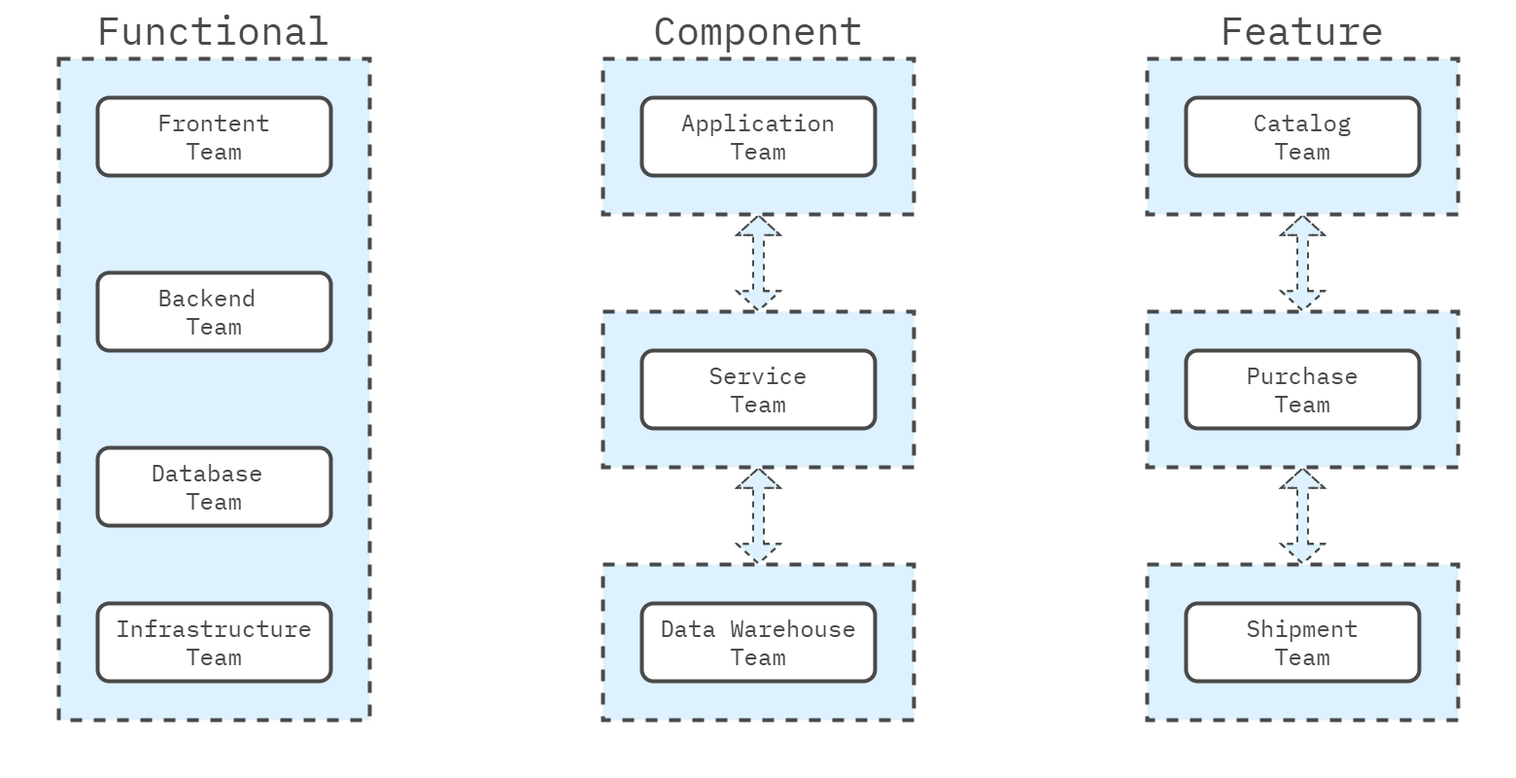
The draw.io diagram images/organization/engineering.intro.drawio.png in software-architecture-guild/software-architecture-guild.github.io, before a commit. Source tidied: cells renumbered, new cells last; positions are measured from the earlier drawing's top-left corner, leaving out a move shared by most shapes. Its diagram source:
```xml
<mxGraphModel>
  <root>
    <mxCell id="0" />
    <mxCell id="1" parent="0" />
    <mxCell id="2" style="rounded=0;whiteSpace=wrap;html=1;strokeColor=none;strokeWidth=4;align=center;verticalAlign=middle;fontFamily=IBM Plex Mono;fontSource=https%3A%2F%2Ffonts.googleapis.com%2Fcss%3Ffamily%3DIBM%2BPlex%2BMono;fontSize=64;fontColor=#494949;fillColor=none;" parent="1" vertex="1">
      <mxGeometry width="1560" height="800" as="geometry" />
    </mxCell>
    <mxCell id="3" style="rounded=0;whiteSpace=wrap;html=1;fillColor=#DDF1FE;strokeColor=#494949;strokeWidth=4;perimeterSpacing=1;dashed=1;fontColor=#494949;" parent="1" vertex="1">
      <mxGeometry x="60" y="60" width="320" height="680" as="geometry" />
    </mxCell>
    <mxCell id="4" value="Frontent &lt;br&gt;Team" style="rounded=1;whiteSpace=wrap;html=1;strokeColor=#494949;strokeWidth=4;align=center;verticalAlign=middle;fontFamily=IBM Plex Mono;fontSize=24;fontColor=#494949;fillColor=#FFFFFF;fontSource=https%3A%2F%2Ffonts.googleapis.com%2Fcss%3Ffamily%3DIBM%2BPlex%2BMono;" parent="1" vertex="1">
      <mxGeometry x="100" y="100" width="240" height="80" as="geometry" />
    </mxCell>
    <mxCell id="5" value="Functional" style="text;html=1;align=center;verticalAlign=middle;whiteSpace=wrap;rounded=0;fontFamily=IBM Plex Mono;fontSize=40;fontColor=#494949;fontSource=https%3A%2F%2Ffonts.googleapis.com%2Fcss%3Ffamily%3DIBM%2BPlex%2BMono;" parent="1" vertex="1">
      <mxGeometry x="60" width="320" height="60" as="geometry" />
    </mxCell>
    <mxCell id="6" style="rounded=0;whiteSpace=wrap;html=1;fillColor=#DDF1FE;strokeColor=#494949;strokeWidth=4;perimeterSpacing=1;dashed=1;fontColor=#494949;" parent="1" vertex="1">
      <mxGeometry x="620" y="60" width="320" height="160" as="geometry" />
    </mxCell>
    <mxCell id="7" value="Component" style="text;html=1;align=center;verticalAlign=middle;whiteSpace=wrap;rounded=0;fontFamily=IBM Plex Mono;fontSize=40;fontColor=#494949;fontSource=https%3A%2F%2Ffonts.googleapis.com%2Fcss%3Ffamily%3DIBM%2BPlex%2BMono;" parent="1" vertex="1">
      <mxGeometry x="620" width="320" height="60" as="geometry" />
    </mxCell>
    <mxCell id="8" value="Backend&amp;nbsp;&lt;div&gt;Team&lt;/div&gt;" style="rounded=1;whiteSpace=wrap;html=1;strokeColor=#494949;strokeWidth=4;align=center;verticalAlign=middle;fontFamily=IBM Plex Mono;fontSize=24;fontColor=#494949;fillColor=#FFFFFF;fontSource=https%3A%2F%2Ffonts.googleapis.com%2Fcss%3Ffamily%3DIBM%2BPlex%2BMono;" parent="1" vertex="1">
      <mxGeometry x="100" y="280" width="240" height="80" as="geometry" />
    </mxCell>
    <mxCell id="9" value="Database&amp;nbsp;&lt;div&gt;Team&lt;/div&gt;" style="rounded=1;whiteSpace=wrap;html=1;strokeColor=#494949;strokeWidth=4;align=center;verticalAlign=middle;fontFamily=IBM Plex Mono;fontSize=24;fontColor=#494949;fillColor=#FFFFFF;fontSource=https%3A%2F%2Ffonts.googleapis.com%2Fcss%3Ffamily%3DIBM%2BPlex%2BMono;" parent="1" vertex="1">
      <mxGeometry x="100" y="460" width="240" height="80" as="geometry" />
    </mxCell>
    <mxCell id="10" value="Infrastructure&lt;br&gt;Team" style="rounded=1;whiteSpace=wrap;html=1;strokeColor=#494949;strokeWidth=4;align=center;verticalAlign=middle;fontFamily=IBM Plex Mono;fontSize=24;fontColor=#494949;fillColor=#FFFFFF;fontSource=https%3A%2F%2Ffonts.googleapis.com%2Fcss%3Ffamily%3DIBM%2BPlex%2BMono;" parent="1" vertex="1">
      <mxGeometry x="100" y="620" width="240" height="80" as="geometry" />
    </mxCell>
    <mxCell id="11" style="rounded=0;whiteSpace=wrap;html=1;fillColor=#DDF1FE;strokeColor=#494949;strokeWidth=4;perimeterSpacing=1;dashed=1;fontColor=#494949;" parent="1" vertex="1">
      <mxGeometry x="620" y="320" width="320" height="160" as="geometry" />
    </mxCell>
    <mxCell id="12" style="rounded=0;whiteSpace=wrap;html=1;fillColor=#DDF1FE;strokeColor=#494949;strokeWidth=4;perimeterSpacing=1;dashed=1;fontColor=#494949;" parent="1" vertex="1">
      <mxGeometry x="620" y="580" width="320" height="160" as="geometry" />
    </mxCell>
    <mxCell id="13" value="Application&lt;br&gt;Team" style="rounded=1;whiteSpace=wrap;html=1;strokeColor=#494949;strokeWidth=4;align=center;verticalAlign=middle;fontFamily=IBM Plex Mono;fontSize=24;fontColor=#494949;fillColor=#FFFFFF;fontSource=https%3A%2F%2Ffonts.googleapis.com%2Fcss%3Ffamily%3DIBM%2BPlex%2BMono;" parent="1" vertex="1">
      <mxGeometry x="660" y="100" width="240" height="80" as="geometry" />
    </mxCell>
    <mxCell id="14" value="Service&lt;br&gt;Team" style="rounded=1;whiteSpace=wrap;html=1;strokeColor=#494949;strokeWidth=4;align=center;verticalAlign=middle;fontFamily=IBM Plex Mono;fontSize=24;fontColor=#494949;fillColor=#FFFFFF;fontSource=https%3A%2F%2Ffonts.googleapis.com%2Fcss%3Ffamily%3DIBM%2BPlex%2BMono;" parent="1" vertex="1">
      <mxGeometry x="660" y="360" width="240" height="80" as="geometry" />
    </mxCell>
    <mxCell id="15" value="Data Warehouse&lt;br&gt;Team" style="rounded=1;whiteSpace=wrap;html=1;strokeColor=#494949;strokeWidth=4;align=center;verticalAlign=middle;fontFamily=IBM Plex Mono;fontSize=24;fontColor=#494949;fillColor=#FFFFFF;fontSource=https%3A%2F%2Ffonts.googleapis.com%2Fcss%3Ffamily%3DIBM%2BPlex%2BMono;" parent="1" vertex="1">
      <mxGeometry x="660" y="620" width="240" height="80" as="geometry" />
    </mxCell>
    <mxCell id="16" style="shape=flexArrow;endArrow=classic;startArrow=classic;html=1;rounded=0;fontFamily=Helvetica;fontSize=12;fontColor=#494949;startWidth=31.929824561403507;startSize=6.098245614035087;endWidth=31.929824561403507;endSize=6.098245614035087;strokeWidth=2;dashed=1;fillColor=#DDF1FE;strokeColor=#494949;" parent="1" edge="1">
      <mxGeometry relative="1" as="geometry">
        <mxPoint x="780" y="320" as="sourcePoint" />
        <mxPoint x="780" y="220" as="targetPoint" />
        <Array as="points">
          <mxPoint x="780" y="280" />
        </Array>
      </mxGeometry>
    </mxCell>
    <mxCell id="17" style="shape=flexArrow;endArrow=classic;startArrow=classic;html=1;rounded=0;fontFamily=Helvetica;fontSize=12;fontColor=#494949;startWidth=31.929824561403507;startSize=6.098245614035087;endWidth=31.929824561403507;endSize=6.098245614035087;strokeWidth=2;dashed=1;fillColor=#DDF1FE;strokeColor=#494949;" parent="1" edge="1">
      <mxGeometry relative="1" as="geometry">
        <mxPoint x="780" y="580" as="sourcePoint" />
        <mxPoint x="780" y="480" as="targetPoint" />
        <Array as="points">
          <mxPoint x="780" y="540" />
        </Array>
      </mxGeometry>
    </mxCell>
    <mxCell id="18" value="Feature" style="text;html=1;align=center;verticalAlign=middle;whiteSpace=wrap;rounded=0;fontFamily=IBM Plex Mono;fontSize=40;fontColor=#494949;fontSource=https%3A%2F%2Ffonts.googleapis.com%2Fcss%3Ffamily%3DIBM%2BPlex%2BMono;" parent="1" vertex="1">
      <mxGeometry x="1180" width="320" height="60" as="geometry" />
    </mxCell>
    <mxCell id="19" style="rounded=0;whiteSpace=wrap;html=1;fillColor=#DDF1FE;strokeColor=#494949;strokeWidth=4;perimeterSpacing=1;dashed=1;fontColor=#494949;" parent="1" vertex="1">
      <mxGeometry x="1180" y="60" width="320" height="160" as="geometry" />
    </mxCell>
    <mxCell id="20" style="rounded=0;whiteSpace=wrap;html=1;fillColor=#DDF1FE;strokeColor=#494949;strokeWidth=4;perimeterSpacing=1;dashed=1;fontColor=#494949;" parent="1" vertex="1">
      <mxGeometry x="1180" y="320" width="320" height="160" as="geometry" />
    </mxCell>
    <mxCell id="21" style="rounded=0;whiteSpace=wrap;html=1;fillColor=#DDF1FE;strokeColor=#494949;strokeWidth=4;perimeterSpacing=1;dashed=1;fontColor=#494949;" parent="1" vertex="1">
      <mxGeometry x="1180" y="580" width="320" height="160" as="geometry" />
    </mxCell>
    <mxCell id="22" value="Catalog&lt;br&gt;Team" style="rounded=1;whiteSpace=wrap;html=1;strokeColor=#494949;strokeWidth=4;align=center;verticalAlign=middle;fontFamily=IBM Plex Mono;fontSize=24;fontColor=#494949;fillColor=#FFFFFF;fontSource=https%3A%2F%2Ffonts.googleapis.com%2Fcss%3Ffamily%3DIBM%2BPlex%2BMono;" parent="1" vertex="1">
      <mxGeometry x="1220" y="100" width="240" height="80" as="geometry" />
    </mxCell>
    <mxCell id="23" value="Purchase&lt;br&gt;Team" style="rounded=1;whiteSpace=wrap;html=1;strokeColor=#494949;strokeWidth=4;align=center;verticalAlign=middle;fontFamily=IBM Plex Mono;fontSize=24;fontColor=#494949;fillColor=#FFFFFF;fontSource=https%3A%2F%2Ffonts.googleapis.com%2Fcss%3Ffamily%3DIBM%2BPlex%2BMono;" parent="1" vertex="1">
      <mxGeometry x="1220" y="360" width="240" height="80" as="geometry" />
    </mxCell>
    <mxCell id="24" value="Shipment&lt;br&gt;Team" style="rounded=1;whiteSpace=wrap;html=1;strokeColor=#494949;strokeWidth=4;align=center;verticalAlign=middle;fontFamily=IBM Plex Mono;fontSize=24;fontColor=#494949;fillColor=#FFFFFF;fontSource=https%3A%2F%2Ffonts.googleapis.com%2Fcss%3Ffamily%3DIBM%2BPlex%2BMono;" parent="1" vertex="1">
      <mxGeometry x="1220" y="620" width="240" height="80" as="geometry" />
    </mxCell>
    <mxCell id="25" style="shape=flexArrow;endArrow=classic;startArrow=classic;html=1;rounded=0;fontFamily=Helvetica;fontSize=12;fontColor=#494949;startWidth=31.929824561403507;startSize=6.098245614035087;endWidth=31.929824561403507;endSize=6.098245614035087;strokeWidth=2;dashed=1;fillColor=#DDF1FE;strokeColor=#494949;" parent="1" edge="1">
      <mxGeometry relative="1" as="geometry">
        <mxPoint x="1340" y="320" as="sourcePoint" />
        <mxPoint x="1340" y="220" as="targetPoint" />
        <Array as="points">
          <mxPoint x="1340" y="280" />
        </Array>
      </mxGeometry>
    </mxCell>
    <mxCell id="26" style="shape=flexArrow;endArrow=classic;startArrow=classic;html=1;rounded=0;fontFamily=Helvetica;fontSize=12;fontColor=#494949;startWidth=31.929824561403507;startSize=6.098245614035087;endWidth=31.929824561403507;endSize=6.098245614035087;strokeWidth=2;dashed=1;fillColor=#DDF1FE;strokeColor=#494949;" parent="1" edge="1">
      <mxGeometry relative="1" as="geometry">
        <mxPoint x="1340" y="580" as="sourcePoint" />
        <mxPoint x="1340" y="480" as="targetPoint" />
        <Array as="points">
          <mxPoint x="1340" y="540" />
        </Array>
      </mxGeometry>
    </mxCell>
  </root>
</mxGraphModel>
```
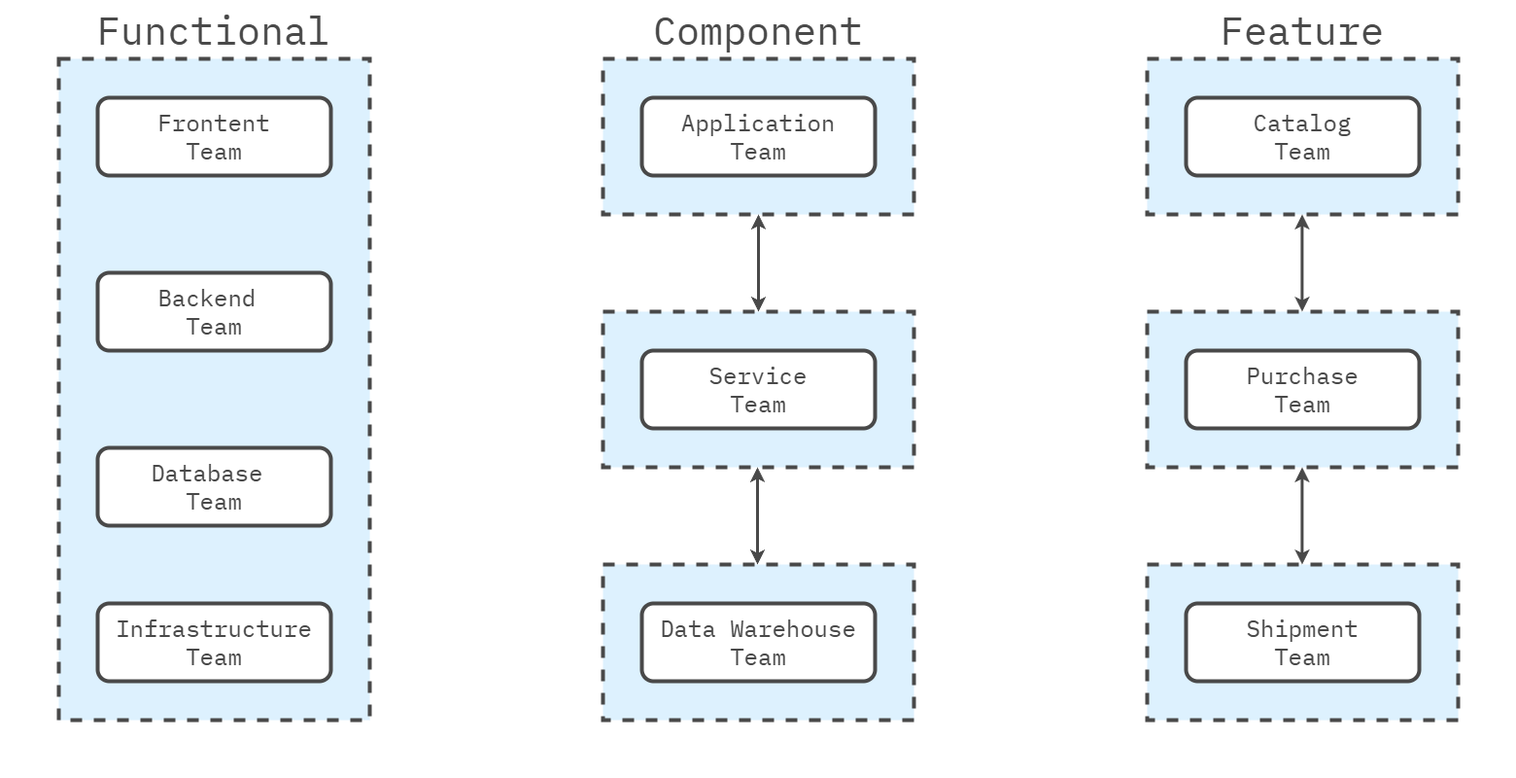
Later version of the same file.

Commit message:
engineering.intro - replaced arrows with simple solid lines

Change to the diagram source:
```diff
@@ -44,24 +44,6 @@
     <mxCell id="15" value="Data Warehouse&lt;br&gt;Team" style="rounded=1;whiteSpace=wrap;html=1;strokeColor=#494949;strokeWidth=4;align=center;verticalAlign=middle;fontFamily=IBM Plex Mono;fontSize=24;fontColor=#494949;fillColor=#FFFFFF;fontSource=https%3A%2F%2Ffonts.googleapis.com%2Fcss%3Ffamily%3DIBM%2BPlex%2BMono;" parent="1" vertex="1">
       <mxGeometry x="660" y="620" width="240" height="80" as="geometry" />
     </mxCell>
-    <mxCell id="16" style="shape=flexArrow;endArrow=classic;startArrow=classic;html=1;rounded=0;fontFamily=Helvetica;fontSize=12;fontColor=#494949;startWidth=31.929824561403507;startSize=6.098245614035087;endWidth=31.929824561403507;endSize=6.098245614035087;strokeWidth=2;dashed=1;fillColor=#DDF1FE;strokeColor=#494949;" parent="1" edge="1">
-      <mxGeometry relative="1" as="geometry">
-        <mxPoint x="780" y="320" as="sourcePoint" />
-        <mxPoint x="780" y="220" as="targetPoint" />
-        <Array as="points">
-          <mxPoint x="780" y="280" />
-        </Array>
-      </mxGeometry>
-    </mxCell>
-    <mxCell id="17" style="shape=flexArrow;endArrow=classic;startArrow=classic;html=1;rounded=0;fontFamily=Helvetica;fontSize=12;fontColor=#494949;startWidth=31.929824561403507;startSize=6.098245614035087;endWidth=31.929824561403507;endSize=6.098245614035087;strokeWidth=2;dashed=1;fillColor=#DDF1FE;strokeColor=#494949;" parent="1" edge="1">
-      <mxGeometry relative="1" as="geometry">
-        <mxPoint x="780" y="580" as="sourcePoint" />
-        <mxPoint x="780" y="480" as="targetPoint" />
-        <Array as="points">
-          <mxPoint x="780" y="540" />
-        </Array>
-      </mxGeometry>
-    </mxCell>
     <mxCell id="18" value="Feature" style="text;html=1;align=center;verticalAlign=middle;whiteSpace=wrap;rounded=0;fontFamily=IBM Plex Mono;fontSize=40;fontColor=#494949;fontSource=https%3A%2F%2Ffonts.googleapis.com%2Fcss%3Ffamily%3DIBM%2BPlex%2BMono;" parent="1" vertex="1">
       <mxGeometry x="1180" width="320" height="60" as="geometry" />
     </mxCell>
@@ -83,23 +65,29 @@
     <mxCell id="24" value="Shipment&lt;br&gt;Team" style="rounded=1;whiteSpace=wrap;html=1;strokeColor=#494949;strokeWidth=4;align=center;verticalAlign=middle;fontFamily=IBM Plex Mono;fontSize=24;fontColor=#494949;fillColor=#FFFFFF;fontSource=https%3A%2F%2Ffonts.googleapis.com%2Fcss%3Ffamily%3DIBM%2BPlex%2BMono;" parent="1" vertex="1">
       <mxGeometry x="1220" y="620" width="240" height="80" as="geometry" />
     </mxCell>
-    <mxCell id="25" style="shape=flexArrow;endArrow=classic;startArrow=classic;html=1;rounded=0;fontFamily=Helvetica;fontSize=12;fontColor=#494949;startWidth=31.929824561403507;startSize=6.098245614035087;endWidth=31.929824561403507;endSize=6.098245614035087;strokeWidth=2;dashed=1;fillColor=#DDF1FE;strokeColor=#494949;" parent="1" edge="1">
-      <mxGeometry relative="1" as="geometry">
-        <mxPoint x="1340" y="320" as="sourcePoint" />
-        <mxPoint x="1340" y="220" as="targetPoint" />
-        <Array as="points">
-          <mxPoint x="1340" y="280" />
-        </Array>
-      </mxGeometry>
-    </mxCell>
-    <mxCell id="26" style="shape=flexArrow;endArrow=classic;startArrow=classic;html=1;rounded=0;fontFamily=Helvetica;fontSize=12;fontColor=#494949;startWidth=31.929824561403507;startSize=6.098245614035087;endWidth=31.929824561403507;endSize=6.098245614035087;strokeWidth=2;dashed=1;fillColor=#DDF1FE;strokeColor=#494949;" parent="1" edge="1">
-      <mxGeometry relative="1" as="geometry">
-        <mxPoint x="1340" y="580" as="sourcePoint" />
-        <mxPoint x="1340" y="480" as="targetPoint" />
-        <Array as="points">
-          <mxPoint x="1340" y="540" />
-        </Array>
-      </mxGeometry>
-    </mxCell>
+    <mxCell id="27" style="endArrow=classic;startArrow=classic;html=1;rounded=0;strokeWidth=3;strokeColor=#494949;" parent="1" edge="1">
+      <mxGeometry relative="1" as="geometry">
+        <mxPoint x="780" y="320" as="sourcePoint" />
+        <mxPoint x="780" y="220" as="targetPoint" />
+      </mxGeometry>
+    </mxCell>
+    <mxCell id="28" style="endArrow=classic;startArrow=classic;html=1;rounded=0;strokeWidth=3;strokeColor=#494949;" parent="1" edge="1">
+      <mxGeometry relative="1" as="geometry">
+        <mxPoint x="779" y="580" as="sourcePoint" />
+        <mxPoint x="779" y="480" as="targetPoint" />
+      </mxGeometry>
+    </mxCell>
+    <mxCell id="29" style="endArrow=classic;startArrow=classic;html=1;rounded=0;strokeWidth=3;strokeColor=#494949;" parent="1" edge="1">
+      <mxGeometry relative="1" as="geometry">
+        <mxPoint x="1339.4" y="320" as="sourcePoint" />
+        <mxPoint x="1339.4" y="220" as="targetPoint" />
+      </mxGeometry>
+    </mxCell>
+    <mxCell id="30" style="endArrow=classic;startArrow=classic;html=1;rounded=0;strokeWidth=3;strokeColor=#494949;" parent="1" edge="1">
+      <mxGeometry relative="1" as="geometry">
+        <mxPoint x="1339.4" y="580" as="sourcePoint" />
+        <mxPoint x="1339.4" y="480" as="targetPoint" />
+      </mxGeometry>
+    </mxCell>
   </root>
 </mxGraphModel>
```
